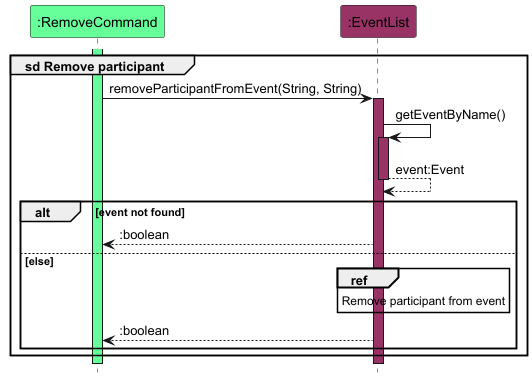
Earlier version of the PlantUML export docs/images/RemoveParticipantSequenceDiagram.png (nus-cs2113-AY2425S1/tp).
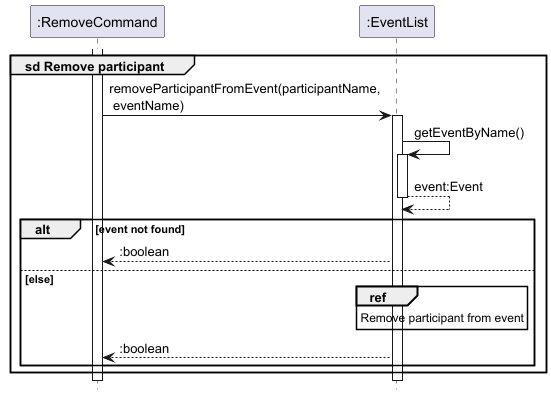
After the commit.

The edit, as a diff of the source:
```diff
@@ -2,16 +2,16 @@
 !include style.puml
 hide footbox
 
-participant ":RemoveCommand" as command COMMAND_COLOUR
-participant ":EventList" as eventList EVENT_COLOUR
+participant ":RemoveCommand" as command
+participant ":EventList" as eventList
 
 group sd Remove participant
-    activate command COMMAND_COLOUR
-    command -> eventList : removeParticipantFromEvent(String, String)
-    activate eventList EVENT_COLOUR
+    activate command
+    command -> eventList : removeParticipantFromEvent(participantName,\n eventName)
+    activate eventList
 
     eventList -> eventList : getEventByName()
-    activate eventList EVENT_COLOUR
+    activate eventList
 
     return event:Event
 
```
